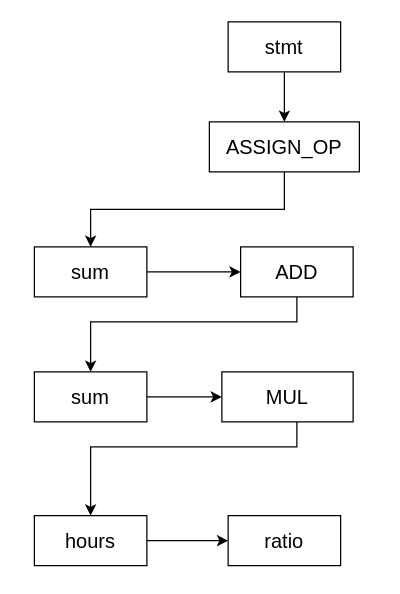
Above: page "Page-1" (1 of 3) of 컴파일러.drawio in ChanY00/- (draw.io), before the change. Source tidied: cells renumbered, new cells numbered last; positions are measured from the earlier drawing's top-left corner, leaving out a move shared by most shapes. Both pictures are drawn from the tidied source at 125%, with x=0, y=0 at pixel (34, 21).
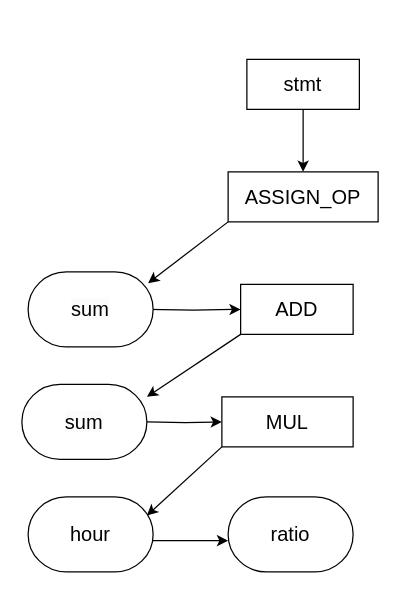
The same page after the edit.

Commit message:
컴파일러.drawio 업데이트

The edit, as a diff of the source:
```diff
@@
     <mxCell id="3" value="&lt;font style=&quot;font-size: 16px;&quot;&gt;stmt&lt;/font&gt;" style="rounded=0;whiteSpace=wrap;html=1;" parent="1" vertex="1">
-      <mxGeometry x="155" width="90" height="40" as="geometry" />
+      <mxGeometry x="170" y="30" width="90" height="40" as="geometry" />
     </mxCell>
-    <mxCell id="4" style="edgeStyle=orthogonalEdgeStyle;rounded=0;jettySize=auto;html=1;entryX=0.5;entryY=0;entryDx=0;entryDy=0;" parent="1" edge="1" source="5" target="16">
-      <mxGeometry relative="1" as="geometry">
-        <Array as="points">
-          <mxPoint x="200" y="150" />
-          <mxPoint x="45" y="150" />
-        </Array>
-      </mxGeometry>
-    </mxCell>
     <mxCell id="5" value="&lt;font style=&quot;font-size: 16px;&quot;&gt;ASSIGN_OP&lt;/font&gt;" style="rounded=0;whiteSpace=wrap;html=1;" parent="1" vertex="1">
-      <mxGeometry x="140" y="80" width="120" height="40" as="geometry" />
+      <mxGeometry x="155" y="120" width="120" height="40" as="geometry" />
     </mxCell>
-    <mxCell id="6" style="edgeStyle=orthogonalEdgeStyle;rounded=0;jettySize=auto;html=1;" parent="1" edge="1" source="7" target="12">
-      <mxGeometry relative="1" as="geometry">
-        <Array as="points">
-          <mxPoint x="210" y="340" />
-          <mxPoint x="45" y="340" />
-        </Array>
-      </mxGeometry>
-    </mxCell>
     <mxCell id="7" value="&lt;span style=&quot;font-size: 16px;&quot;&gt;MUL&lt;/span&gt;" style="rounded=0;whiteSpace=wrap;html=1;" parent="1" vertex="1">
-      <mxGeometry x="150" y="280" width="105" height="40" as="geometry" />
+      <mxGeometry x="150" y="300" width="105" height="40" as="geometry" />
     </mxCell>
-    <mxCell id="8" style="edgeStyle=orthogonalEdgeStyle;rounded=0;jettySize=auto;html=1;entryX=0.5;entryY=0;entryDx=0;entryDy=0;" parent="1" edge="1" source="9" target="14">
-      <mxGeometry relative="1" as="geometry">
-        <Array as="points">
-          <mxPoint x="210" y="240" />
-          <mxPoint x="45" y="240" />
-        </Array>
-      </mxGeometry>
-    </mxCell>
     <mxCell id="9" value="&lt;span style=&quot;font-size: 16px;&quot;&gt;ADD&lt;/span&gt;" style="rounded=0;whiteSpace=wrap;html=1;" parent="1" vertex="1">
-      <mxGeometry x="165" y="180" width="90" height="40" as="geometry" />
+      <mxGeometry x="165" y="210" width="90" height="40" as="geometry" />
     </mxCell>
+    <mxCell id="17" style="edgeStyle=orthogonalEdgeStyle;rounded=0;orthogonalLoop=1;jettySize=auto;html=1;entryX=0;entryY=0.5;entryDx=0;entryDy=0;" parent="1" edge="1">
+      <mxGeometry relative="1" as="geometry">
+        <mxPoint x="90" y="415" as="sourcePoint" />
+        <mxPoint x="155" y="415" as="targetPoint" />
+      </mxGeometry>
+    </mxCell>
+    <mxCell id="18" style="edgeStyle=orthogonalEdgeStyle;rounded=0;jettySize=auto;html=1;entryX=0;entryY=0.5;entryDx=0;entryDy=0;" parent="1" edge="1" target="7">
+      <mxGeometry relative="1" as="geometry">
+        <mxPoint x="90" y="320" as="sourcePoint" />
+      </mxGeometry>
+    </mxCell>
+    <mxCell id="19" style="edgeStyle=orthogonalEdgeStyle;rounded=0;jettySize=auto;html=1;entryX=0;entryY=0.5;entryDx=0;entryDy=0;" parent="1" edge="1" target="9">
+      <mxGeometry relative="1" as="geometry">
+        <mxPoint x="90" y="230" as="sourcePoint" />
+      </mxGeometry>
+    </mxCell>
+    <mxCell id="20" style="endArrow=classic;html=1;rounded=0;exitX=0;exitY=1;exitDx=0;exitDy=0;entryX=0.96;entryY=0.15;entryDx=0;entryDy=0;entryPerimeter=0;" parent="1" edge="1" source="5" target="23">
+      <mxGeometry relative="1" as="geometry" />
+    </mxCell>
+    <mxCell id="21" style="endArrow=classic;html=1;rounded=0;exitX=0;exitY=1;exitDx=0;exitDy=0;entryX=1;entryY=0;entryDx=0;entryDy=0;" parent="1" edge="1" source="9">
+      <mxGeometry relative="1" as="geometry">
+        <mxPoint x="90" y="300" as="targetPoint" />
+      </mxGeometry>
+    </mxCell>
+    <mxCell id="22" style="endArrow=classic;html=1;rounded=0;entryX=1;entryY=0;entryDx=0;entryDy=0;exitX=0;exitY=1;exitDx=0;exitDy=0;" parent="1" edge="1" source="7">
+      <mxGeometry relative="1" as="geometry">
+        <mxPoint x="90" y="395" as="targetPoint" />
+      </mxGeometry>
+    </mxCell>
+    <mxCell id="23" value="&lt;br&gt;&lt;span style=&quot;color: rgb(0, 0, 0); font-family: Helvetica; font-size: 16px; font-style: normal; font-variant-ligatures: normal; font-variant-caps: normal; font-weight: 400; letter-spacing: normal; orphans: 2; text-align: center; text-indent: 0px; text-transform: none; widows: 2; word-spacing: 0px; -webkit-text-stroke-width: 0px; white-space: normal; background-color: rgb(251, 251, 251); text-decoration-thickness: initial; text-decoration-style: initial; text-decoration-color: initial; display: inline !important; float: none;&quot;&gt;sum&lt;/span&gt;&lt;div&gt;&lt;br/&gt;&lt;/div&gt;" style="strokeWidth=1;html=1;shape=mxgraph.flowchart.terminator;whiteSpace=wrap;" parent="1" vertex="1">
+      <mxGeometry x="-5" y="200" width="100" height="60" as="geometry" />
+    </mxCell>
+    <mxCell id="24" value="&lt;br&gt;&lt;span style=&quot;color: rgb(0, 0, 0); font-family: Helvetica; font-size: 16px; font-style: normal; font-variant-ligatures: normal; font-variant-caps: normal; font-weight: 400; letter-spacing: normal; orphans: 2; text-align: center; text-indent: 0px; text-transform: none; widows: 2; word-spacing: 0px; -webkit-text-stroke-width: 0px; white-space: normal; background-color: rgb(251, 251, 251); text-decoration-thickness: initial; text-decoration-style: initial; text-decoration-color: initial; display: inline !important; float: none;&quot;&gt;sum&lt;/span&gt;&lt;div&gt;&lt;br/&gt;&lt;/div&gt;" style="strokeWidth=1;html=1;shape=mxgraph.flowchart.terminator;whiteSpace=wrap;" parent="1" vertex="1">
+      <mxGeometry x="-10" y="290" width="100" height="60" as="geometry" />
+    </mxCell>
+    <mxCell id="25" value="&lt;div&gt;&lt;span style=&quot;font-size: 16px;&quot;&gt;hour&lt;/span&gt;&lt;/div&gt;" style="strokeWidth=1;html=1;shape=mxgraph.flowchart.terminator;whiteSpace=wrap;" parent="1" vertex="1">
+      <mxGeometry x="-5" y="380" width="100" height="60" as="geometry" />
+    </mxCell>
-    <mxCell id="10" value="&lt;font style=&quot;font-size: 16px;&quot;&gt;ratio&lt;/font&gt;" style="rounded=0;whiteSpace=wrap;html=1;" parent="1" vertex="1">
-      <mxGeometry x="155" y="395" width="90" height="40" as="geometry" />
+    <mxCell id="10" value="&lt;div&gt;&lt;span style=&quot;font-size: 16px;&quot;&gt;ratio&lt;/span&gt;&lt;/div&gt;" style="strokeWidth=1;html=1;shape=mxgraph.flowchart.terminator;whiteSpace=wrap;" parent="1" vertex="1">
+      <mxGeometry x="155" y="380" width="100" height="60" as="geometry" />
     </mxCell>
-    <mxCell id="11" style="edgeStyle=orthogonalEdgeStyle;rounded=0;jettySize=auto;html=1;entryX=0;entryY=0.5;entryDx=0;entryDy=0;" parent="1" edge="1" source="12" target="10">
-      <mxGeometry relative="1" as="geometry" />
-    </mxCell>
-    <mxCell id="12" value="&lt;span style=&quot;font-size: 16px;&quot;&gt;hours&lt;/span&gt;" style="rounded=0;whiteSpace=wrap;html=1;" parent="1" vertex="1">
-      <mxGeometry y="395" width="90" height="40" as="geometry" />
-    </mxCell>
-    <mxCell id="13" style="edgeStyle=orthogonalEdgeStyle;rounded=0;jettySize=auto;html=1;entryX=0;entryY=0.5;entryDx=0;entryDy=0;" parent="1" edge="1" source="14" target="7">
-      <mxGeometry relative="1" as="geometry" />
-    </mxCell>
-    <mxCell id="14" value="&lt;font style=&quot;font-size: 16px;&quot;&gt;sum&lt;/font&gt;" style="rounded=0;whiteSpace=wrap;html=1;" parent="1" vertex="1">
-      <mxGeometry y="280" width="90" height="40" as="geometry" />
-    </mxCell>
-    <mxCell id="15" style="edgeStyle=orthogonalEdgeStyle;rounded=0;jettySize=auto;html=1;entryX=0;entryY=0.5;entryDx=0;entryDy=0;" parent="1" edge="1" source="16" target="9">
-      <mxGeometry relative="1" as="geometry" />
-    </mxCell>
-    <mxCell id="16" value="&lt;font style=&quot;font-size: 16px;&quot;&gt;sum&lt;/font&gt;" style="rounded=0;whiteSpace=wrap;html=1;" parent="1" vertex="1">
-      <mxGeometry y="180" width="90" height="40" as="geometry" />
-    </mxCell>
```
